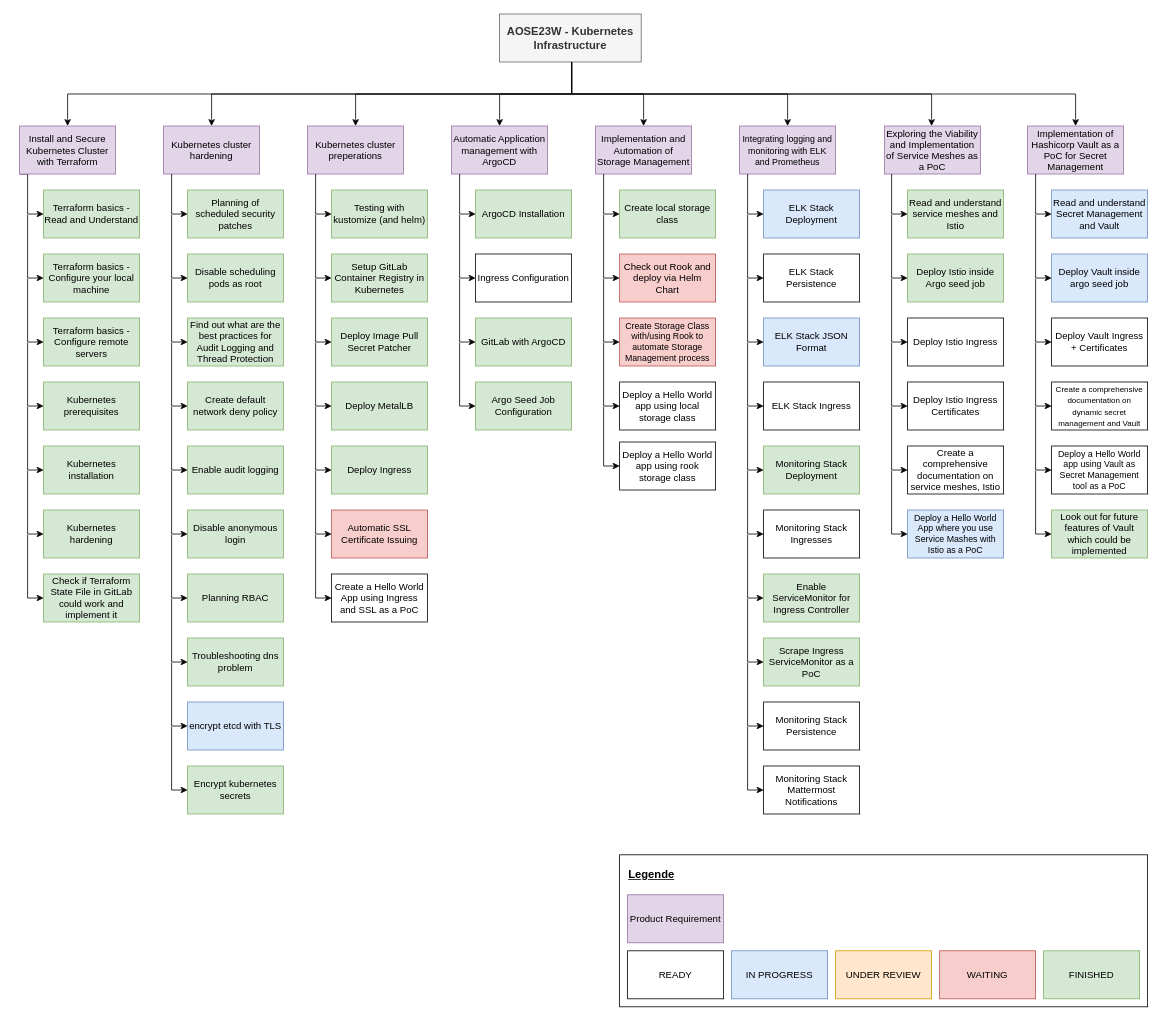
pogii123/drawio-charts keeps this draw.io diagram as uni-bsc/product-requirements-kubernetes-infrastructure.drawio. Above is the earlier version. Source tidied: cells renumbered, new cells numbered last; positions are measured from the earlier drawing's top-left corner, leaving out a move shared by most shapes. Both pictures are drawn from the tidied source at 80%, with x=0, y=0 at pixel (19, 14).
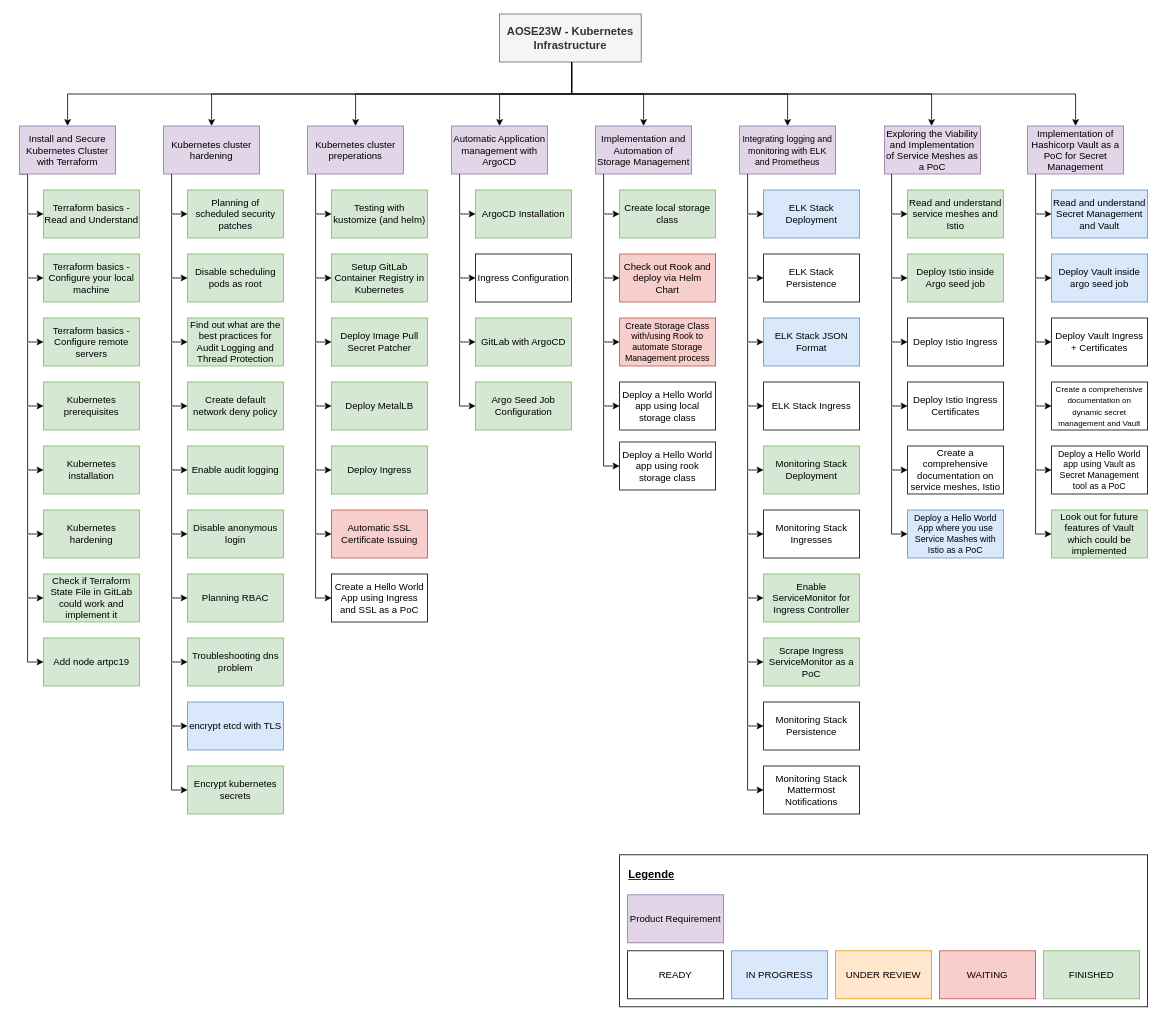
After the change.

Change to the diagram source:
```diff
@@
+    <mxCell id="137" value="Add node artpc19" style="rounded=0;whiteSpace=wrap;html=1;fillColor=#d5e8d4;strokeColor=#82b366;" parent="1" vertex="1">
+      <mxGeometry x="30" y="780" width="120" height="60" as="geometry" />
+    </mxCell>
+    <mxCell id="138" style="edgeStyle=orthogonalEdgeStyle;rounded=0;orthogonalLoop=1;jettySize=auto;html=1;" parent="1" edge="1">
+      <mxGeometry relative="1" as="geometry">
+        <mxPoint x="10" y="731" as="sourcePoint" />
+        <mxPoint x="30" y="810" as="targetPoint" />
+        <Array as="points">
+          <mxPoint x="10" y="810" />
+          <mxPoint x="30" y="810" />
+        </Array>
+      </mxGeometry>
+    </mxCell>
```
